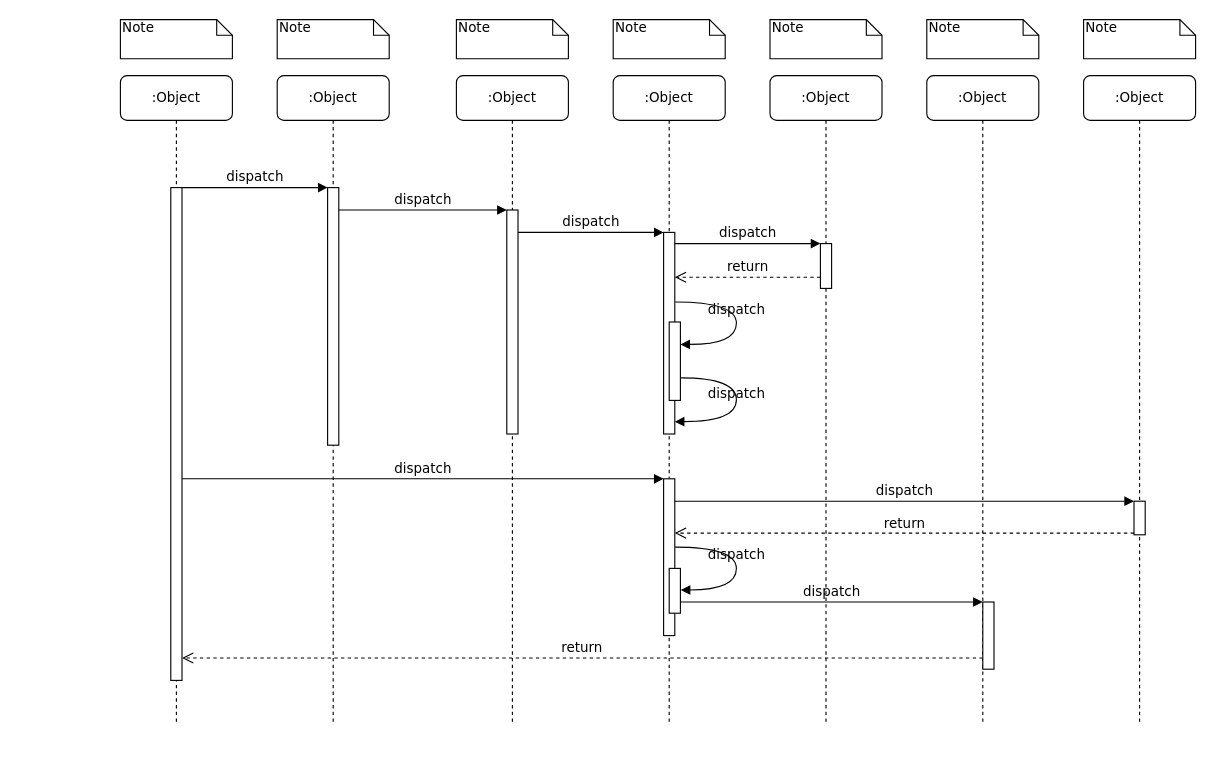
Before: public/Login.drawio in Develing1991/vuetiful-layout2, a draw.io diagram. Source tidied: cells renumbered, new cells numbered last; positions are measured from the earlier drawing's top-left corner, leaving out a move shared by most shapes. Both pictures are drawn from the tidied source at 112%, with x=0, y=0 at pixel (120, 19).
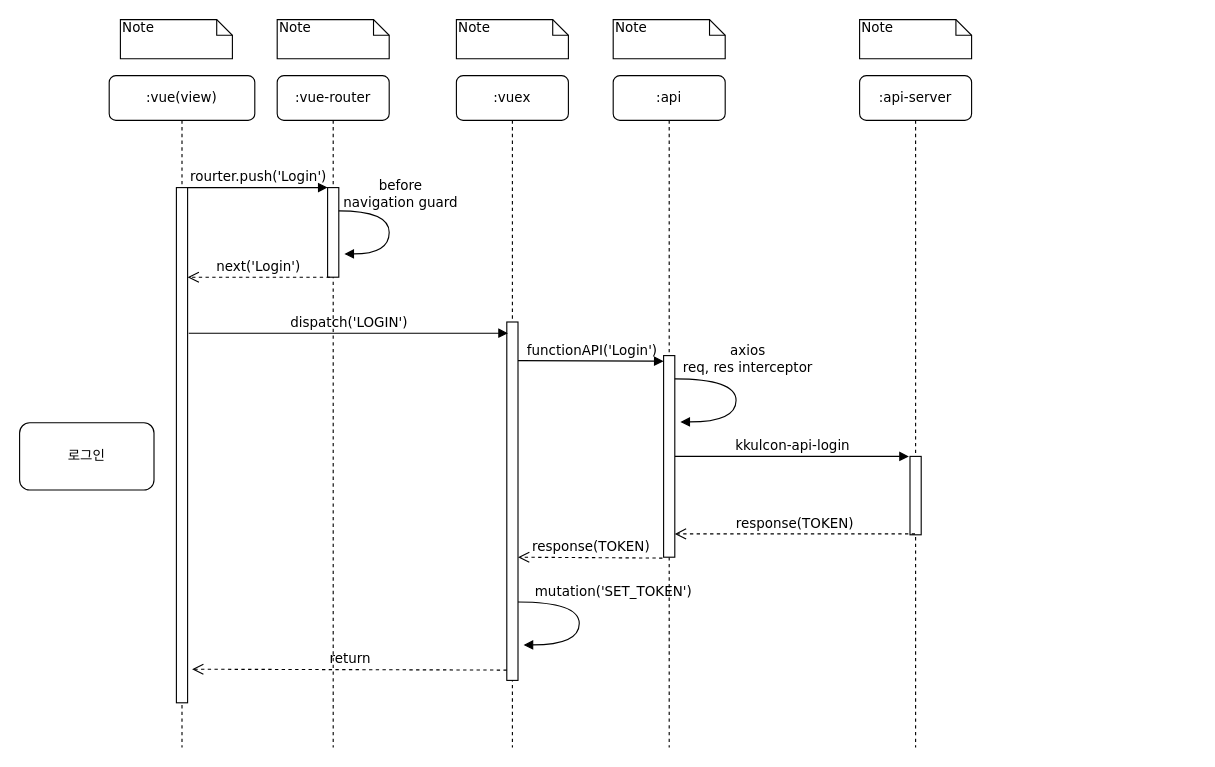
Above is the later version.

What changed in the source:
```diff
@@
-    <mxCell id="2" value=":Object" style="shape=umlLifeline;perimeter=lifelinePerimeter;whiteSpace=wrap;html=1;rounded=1;shadow=0;comic=0;labelBackgroundColor=none;strokeWidth=1;fontFamily=Verdana;fontSize=12;align=center;" parent="1" vertex="1">
-      <mxGeometry x="140" y="50" width="100" height="580" as="geometry" />
+    <mxCell id="2" value=":vue-router" style="shape=umlLifeline;perimeter=lifelinePerimeter;whiteSpace=wrap;html=1;rounded=1;shadow=0;comic=0;labelBackgroundColor=none;strokeWidth=1;fontFamily=Verdana;fontSize=12;align=center;" parent="1" vertex="1">
+      <mxGeometry x="140" y="50" width="100" height="600" as="geometry" />
     </mxCell>
     <mxCell id="3" style="html=1;points=[];perimeter=orthogonalPerimeter;rounded=0;shadow=0;comic=0;labelBackgroundColor=none;strokeWidth=1;fontFamily=Verdana;fontSize=12;align=center;" parent="2" vertex="1">
-      <mxGeometry x="45" y="100" width="10" height="230" as="geometry" />
+      <mxGeometry x="45" y="100" width="10" height="80" as="geometry" />
     </mxCell>
+    <mxCell id="39" value="before&lt;br&gt;navigation guard" style="html=1;verticalAlign=bottom;endArrow=block;labelBackgroundColor=none;fontFamily=Verdana;fontSize=12;elbow=vertical;edgeStyle=orthogonalEdgeStyle;curved=1;entryX=1;entryY=0.286;entryPerimeter=0;exitX=1.038;exitY=0.345;exitPerimeter=0;" parent="2" edge="1">
+      <mxGeometry x="-0.23" y="10" relative="1" as="geometry">
+        <mxPoint x="55" y="120.8" as="sourcePoint" />
+        <mxPoint x="60" y="159.2" as="targetPoint" />
+        <Array as="points">
+          <mxPoint x="100" y="120.8" />
+          <mxPoint x="100" y="158.8" />
+        </Array>
+        <mxPoint y="-1" as="offset" />
+      </mxGeometry>
+    </mxCell>
-    <mxCell id="4" value=":Object" style="shape=umlLifeline;perimeter=lifelinePerimeter;whiteSpace=wrap;html=1;rounded=1;shadow=0;comic=0;labelBackgroundColor=none;strokeWidth=1;fontFamily=Verdana;fontSize=12;align=center;" parent="1" vertex="1">
-      <mxGeometry x="300" y="50" width="100" height="580" as="geometry" />
+    <mxCell id="4" value=":vuex" style="shape=umlLifeline;perimeter=lifelinePerimeter;whiteSpace=wrap;html=1;rounded=1;shadow=0;comic=0;labelBackgroundColor=none;strokeWidth=1;fontFamily=Verdana;fontSize=12;align=center;" parent="1" vertex="1">
+      <mxGeometry x="300" y="50" width="100" height="600" as="geometry" />
     </mxCell>
     <mxCell id="5" style="html=1;points=[];perimeter=orthogonalPerimeter;rounded=0;shadow=0;comic=0;labelBackgroundColor=none;strokeWidth=1;fontFamily=Verdana;fontSize=12;align=center;" parent="4" vertex="1">
-      <mxGeometry x="45" y="120" width="10" height="200" as="geometry" />
+      <mxGeometry x="45" y="220" width="10" height="320" as="geometry" />
     </mxCell>
+    <mxCell id="40" value="response(TOKEN)" style="html=1;verticalAlign=bottom;endArrow=open;dashed=1;endSize=8;labelBackgroundColor=none;fontFamily=Verdana;fontSize=12;edgeStyle=elbowEdgeStyle;elbow=vertical;" parent="4" edge="1">
+      <mxGeometry relative="1" as="geometry">
+        <mxPoint x="184" y="430.8" as="sourcePoint" />
+        <mxPoint x="55" y="430.8" as="targetPoint" />
+        <Array as="points">
+          <mxPoint x="5" y="430" />
+        </Array>
+      </mxGeometry>
+    </mxCell>
+    <mxCell id="41" value="mutation('SET_TOKEN')" style="html=1;verticalAlign=bottom;endArrow=block;labelBackgroundColor=none;fontFamily=Verdana;fontSize=12;elbow=vertical;edgeStyle=orthogonalEdgeStyle;curved=1;entryX=1;entryY=0.286;entryPerimeter=0;exitX=1.038;exitY=0.345;exitPerimeter=0;" parent="4" edge="1">
+      <mxGeometry x="-0.23" y="30" relative="1" as="geometry">
+        <mxPoint x="55" y="470" as="sourcePoint" />
+        <mxPoint x="60" y="508.3" as="targetPoint" />
+        <Array as="points">
+          <mxPoint x="109.7" y="470" />
+          <mxPoint x="109.7" y="508" />
+        </Array>
+      </mxGeometry>
+    </mxCell>
+    <mxCell id="42" value="return" style="html=1;verticalAlign=bottom;endArrow=open;dashed=1;endSize=8;labelBackgroundColor=none;fontFamily=Verdana;fontSize=12;edgeStyle=elbowEdgeStyle;elbow=vertical;entryX=1.4;entryY=0.935;entryDx=0;entryDy=0;entryPerimeter=0;" parent="4" edge="1" target="11">
+      <mxGeometry relative="1" as="geometry">
+        <mxPoint x="45" y="530.8" as="sourcePoint" />
+        <Array as="points">
+          <mxPoint x="-134" y="530" />
+        </Array>
+      </mxGeometry>
+    </mxCell>
-    <mxCell id="6" value=":Object" style="shape=umlLifeline;perimeter=lifelinePerimeter;whiteSpace=wrap;html=1;rounded=1;shadow=0;comic=0;labelBackgroundColor=none;strokeWidth=1;fontFamily=Verdana;fontSize=12;align=center;" parent="1" vertex="1">
-      <mxGeometry x="440" y="50" width="100" height="580" as="geometry" />
+    <mxCell id="6" value=":api" style="shape=umlLifeline;perimeter=lifelinePerimeter;whiteSpace=wrap;html=1;rounded=1;shadow=0;comic=0;labelBackgroundColor=none;strokeWidth=1;fontFamily=Verdana;fontSize=12;align=center;" parent="1" vertex="1">
+      <mxGeometry x="440" y="50" width="100" height="600" as="geometry" />
     </mxCell>
+    <mxCell id="43" value="kkulcon-api-login" style="html=1;verticalAlign=bottom;endArrow=block;labelBackgroundColor=none;fontFamily=Verdana;fontSize=12;edgeStyle=elbowEdgeStyle;elbow=vertical;entryX=-0.1;entryY=-0.013;entryDx=0;entryDy=0;entryPerimeter=0;" parent="6" edge="1" target="14">
+      <mxGeometry relative="1" as="geometry">
+        <mxPoint x="55" y="340" as="sourcePoint" />
+      </mxGeometry>
+    </mxCell>
-    <mxCell id="7" value=":Object" style="shape=umlLifeline;perimeter=lifelinePerimeter;whiteSpace=wrap;html=1;outlineConnect=0;rounded=1;shadow=0;comic=0;labelBackgroundColor=none;strokeWidth=1;fontFamily=Verdana;fontSize=12;align=center;" parent="1" vertex="1">
-      <mxGeometry x="580" y="50" width="100" height="580" as="geometry" />
+    <mxCell id="7" value=":api-server" style="shape=umlLifeline;perimeter=lifelinePerimeter;whiteSpace=wrap;html=1;outlineConnect=0;rounded=1;shadow=0;comic=0;labelBackgroundColor=none;strokeWidth=1;fontFamily=Verdana;fontSize=12;align=center;" parent="1" vertex="1">
+      <mxGeometry x="660" y="50" width="100" height="600" as="geometry" />
     </mxCell>
-    <mxCell id="8" value=":Object" style="shape=umlLifeline;perimeter=lifelinePerimeter;whiteSpace=wrap;html=1;rounded=1;shadow=0;comic=0;labelBackgroundColor=none;strokeWidth=1;fontFamily=Verdana;fontSize=12;align=center;" parent="1" vertex="1">
-      <mxGeometry x="720" y="50" width="100" height="580" as="geometry" />
-    </mxCell>
-    <mxCell id="9" value=":Object" style="shape=umlLifeline;perimeter=lifelinePerimeter;whiteSpace=wrap;html=1;rounded=1;shadow=0;comic=0;labelBackgroundColor=none;strokeWidth=1;fontFamily=Verdana;fontSize=12;align=center;" parent="1" vertex="1">
-      <mxGeometry x="860" y="50" width="100" height="580" as="geometry" />
-    </mxCell>
+    <mxCell id="14" style="html=1;points=[];perimeter=orthogonalPerimeter;rounded=0;shadow=0;comic=0;labelBackgroundColor=none;strokeWidth=1;fontFamily=Verdana;fontSize=12;align=center;" parent="7" vertex="1">
+      <mxGeometry x="45" y="340" width="10" height="70" as="geometry" />
+    </mxCell>
-    <mxCell id="10" value=":Object" style="shape=umlLifeline;perimeter=lifelinePerimeter;whiteSpace=wrap;html=1;rounded=1;shadow=0;comic=0;labelBackgroundColor=none;strokeWidth=1;fontFamily=Verdana;fontSize=12;align=center;" parent="1" vertex="1">
-      <mxGeometry y="50" width="100" height="580" as="geometry" />
+    <mxCell id="10" value=":vue(view)" style="shape=umlLifeline;perimeter=lifelinePerimeter;whiteSpace=wrap;html=1;rounded=1;shadow=0;comic=0;labelBackgroundColor=none;strokeWidth=1;fontFamily=Verdana;fontSize=12;align=center;" parent="1" vertex="1">
+      <mxGeometry x="-10" y="50" width="130" height="600" as="geometry" />
     </mxCell>
     <mxCell id="11" style="html=1;points=[];perimeter=orthogonalPerimeter;rounded=0;shadow=0;comic=0;labelBackgroundColor=none;strokeWidth=1;fontFamily=Verdana;fontSize=12;align=center;" parent="10" vertex="1">
-      <mxGeometry x="45" y="100" width="10" height="440" as="geometry" />
+      <mxGeometry x="60" y="100" width="10" height="460" as="geometry" />
     </mxCell>
+    <mxCell id="44" value="next('Login')" style="html=1;verticalAlign=bottom;endArrow=open;dashed=1;endSize=8;labelBackgroundColor=none;fontFamily=Verdana;fontSize=12;edgeStyle=elbowEdgeStyle;elbow=vertical;" parent="10" edge="1">
+      <mxGeometry relative="1" as="geometry">
+        <mxPoint x="197" y="180" as="sourcePoint" />
+        <mxPoint x="70" y="180" as="targetPoint" />
+        <Array as="points">
+          <mxPoint x="130" y="180" />
+        </Array>
+      </mxGeometry>
+    </mxCell>
+    <mxCell id="45" value="로그인" style="rounded=1;whiteSpace=wrap;html=1;" parent="10" vertex="1">
+      <mxGeometry x="-80" y="310" width="120" height="60" as="geometry" />
+    </mxCell>
     <mxCell id="12" style="html=1;points=[];perimeter=orthogonalPerimeter;rounded=0;shadow=0;comic=0;labelBackgroundColor=none;strokeWidth=1;fontFamily=Verdana;fontSize=12;align=center;" parent="1" vertex="1">
-      <mxGeometry x="485" y="190" width="10" height="180" as="geometry" />
+      <mxGeometry x="485" y="300" width="10" height="180" as="geometry" />
     </mxCell>
-    <mxCell id="13" value="dispatch" style="html=1;verticalAlign=bottom;endArrow=block;labelBackgroundColor=none;fontFamily=Verdana;fontSize=12;edgeStyle=elbowEdgeStyle;elbow=vertical;" parent="1" edge="1" source="5" target="12">
-      <mxGeometry relative="1" as="geometry">
-        <Array as="points">
-          <mxPoint x="360" y="190" />
-        </Array>
-      </mxGeometry>
-    </mxCell>
-    <mxCell id="14" style="html=1;points=[];perimeter=orthogonalPerimeter;rounded=0;shadow=0;comic=0;labelBackgroundColor=none;strokeWidth=1;fontFamily=Verdana;fontSize=12;align=center;" parent="1" vertex="1">
-      <mxGeometry x="625" y="200" width="10" height="40" as="geometry" />
-    </mxCell>
-    <mxCell id="15" value="dispatch" style="html=1;verticalAlign=bottom;endArrow=block;entryX=0;entryY=0;labelBackgroundColor=none;fontFamily=Verdana;fontSize=12;edgeStyle=elbowEdgeStyle;elbow=vertical;" parent="1" edge="1" source="12" target="14">
-      <mxGeometry relative="1" as="geometry" />
-    </mxCell>
-    <mxCell id="16" value="return" style="html=1;verticalAlign=bottom;endArrow=open;dashed=1;endSize=8;labelBackgroundColor=none;fontFamily=Verdana;fontSize=12;edgeStyle=elbowEdgeStyle;elbow=vertical;" parent="1" edge="1" source="14" target="12">
-      <mxGeometry relative="1" as="geometry">
-        <Array as="points">
-          <mxPoint x="570" y="230" />
-          <mxPoint x="600" y="230" />
-        </Array>
-      </mxGeometry>
-    </mxCell>
-    <mxCell id="17" style="html=1;points=[];perimeter=orthogonalPerimeter;rounded=0;shadow=0;comic=0;labelBackgroundColor=none;strokeWidth=1;fontFamily=Verdana;fontSize=12;align=center;" parent="1" vertex="1">
-      <mxGeometry x="485" y="410" width="10" height="140" as="geometry" />
-    </mxCell>
-    <mxCell id="18" value="dispatch" style="html=1;verticalAlign=bottom;endArrow=block;entryX=0;entryY=0;labelBackgroundColor=none;fontFamily=Verdana;fontSize=12;" parent="1" edge="1" source="11" target="17">
-      <mxGeometry relative="1" as="geometry" />
-    </mxCell>
-    <mxCell id="19" style="html=1;points=[];perimeter=orthogonalPerimeter;rounded=0;shadow=0;comic=0;labelBackgroundColor=none;strokeColor=#000000;strokeWidth=1;fillColor=#FFFFFF;fontFamily=Verdana;fontSize=12;fontColor=#000000;align=center;" parent="1" vertex="1">
-      <mxGeometry x="905" y="430" width="10" height="30" as="geometry" />
-    </mxCell>
-    <mxCell id="20" value="dispatch" style="html=1;verticalAlign=bottom;endArrow=block;entryX=0;entryY=0;labelBackgroundColor=none;fontFamily=Verdana;fontSize=12;" parent="1" edge="1" source="17" target="19">
-      <mxGeometry relative="1" as="geometry" />
-    </mxCell>
-    <mxCell id="21" value="return" style="html=1;verticalAlign=bottom;endArrow=open;dashed=1;endSize=8;exitX=0;exitY=0.95;labelBackgroundColor=none;fontFamily=Verdana;fontSize=12;" parent="1" edge="1" source="19" target="17">
-      <mxGeometry relative="1" as="geometry" />
-    </mxCell>
-    <mxCell id="22" style="html=1;points=[];perimeter=orthogonalPerimeter;rounded=0;shadow=0;comic=0;labelBackgroundColor=none;strokeWidth=1;fontFamily=Verdana;fontSize=12;align=center;" parent="1" vertex="1">
-      <mxGeometry x="770" y="520" width="10" height="60" as="geometry" />
-    </mxCell>
-    <mxCell id="23" value="dispatch" style="html=1;verticalAlign=bottom;endArrow=block;entryX=0;entryY=0;labelBackgroundColor=none;fontFamily=Verdana;fontSize=12;edgeStyle=elbowEdgeStyle;elbow=vertical;" parent="1" edge="1" source="30" target="22">
-      <mxGeometry relative="1" as="geometry" />
-    </mxCell>
-    <mxCell id="24" value="return" style="html=1;verticalAlign=bottom;endArrow=open;dashed=1;endSize=8;labelBackgroundColor=none;fontFamily=Verdana;fontSize=12;edgeStyle=elbowEdgeStyle;elbow=vertical;" parent="1" edge="1" source="22" target="11">
-      <mxGeometry relative="1" as="geometry">
-        <Array as="points">
-          <mxPoint x="470" y="570" />
-        </Array>
-      </mxGeometry>
-    </mxCell>
-    <mxCell id="25" value="dispatch" style="html=1;verticalAlign=bottom;endArrow=block;entryX=0;entryY=0;labelBackgroundColor=none;fontFamily=Verdana;fontSize=12;edgeStyle=elbowEdgeStyle;elbow=vertical;" parent="1" edge="1" source="11" target="3">
+    <mxCell id="25" value="rourter.push('Login')" style="html=1;verticalAlign=bottom;endArrow=block;entryX=0;entryY=0;labelBackgroundColor=none;fontFamily=Verdana;fontSize=12;edgeStyle=elbowEdgeStyle;elbow=vertical;" parent="1" edge="1" source="11" target="3">
       <mxGeometry relative="1" as="geometry" />
     </mxCell>
-    <mxCell id="26" value="dispatch" style="html=1;verticalAlign=bottom;endArrow=block;entryX=0;entryY=0;labelBackgroundColor=none;fontFamily=Verdana;fontSize=12;edgeStyle=elbowEdgeStyle;elbow=vertical;" parent="1" edge="1" source="3" target="5">
-      <mxGeometry relative="1" as="geometry" />
-    </mxCell>
-    <mxCell id="27" style="html=1;points=[];perimeter=orthogonalPerimeter;rounded=0;shadow=0;comic=0;labelBackgroundColor=none;strokeWidth=1;fontFamily=Verdana;fontSize=12;align=center;" parent="1" vertex="1">
-      <mxGeometry x="490" y="270" width="10" height="70" as="geometry" />
-    </mxCell>
-    <mxCell id="28" value="dispatch" style="html=1;verticalAlign=bottom;endArrow=block;labelBackgroundColor=none;fontFamily=Verdana;fontSize=12;elbow=vertical;edgeStyle=orthogonalEdgeStyle;curved=1;entryX=1;entryY=0.286;entryPerimeter=0;exitX=1.038;exitY=0.345;exitPerimeter=0;" parent="1" edge="1" source="12" target="27">
-      <mxGeometry relative="1" as="geometry">
-        <Array as="points">
-          <mxPoint x="550" y="252" />
-          <mxPoint x="550" y="290" />
-        </Array>
-      </mxGeometry>
-    </mxCell>
-    <mxCell id="29" value="dispatch" style="html=1;verticalAlign=bottom;endArrow=block;labelBackgroundColor=none;fontFamily=Verdana;fontSize=12;elbow=vertical;edgeStyle=orthogonalEdgeStyle;curved=1;exitX=1.066;exitY=0.713;exitPerimeter=0;" parent="1" edge="1" source="27">
-      <mxGeometry relative="1" as="geometry">
-        <mxPoint x="495" y="359" as="targetPoint" />
-        <Array as="points">
-          <mxPoint x="550" y="320" />
-          <mxPoint x="550" y="359" />
-        </Array>
-      </mxGeometry>
-    </mxCell>
-    <mxCell id="30" style="html=1;points=[];perimeter=orthogonalPerimeter;rounded=0;shadow=0;comic=0;labelBackgroundColor=none;strokeWidth=1;fontFamily=Verdana;fontSize=12;align=center;" parent="1" vertex="1">
-      <mxGeometry x="490" y="490" width="10" height="40" as="geometry" />
-    </mxCell>
-    <mxCell id="31" value="dispatch" style="html=1;verticalAlign=bottom;endArrow=block;labelBackgroundColor=none;fontFamily=Verdana;fontSize=12;elbow=vertical;edgeStyle=orthogonalEdgeStyle;curved=1;entryX=1;entryY=0.286;entryPerimeter=0;exitX=1.038;exitY=0.345;exitPerimeter=0;" parent="1" edge="1">
-      <mxGeometry relative="1" as="geometry">
-        <mxPoint x="495.3" y="471" as="sourcePoint" />
-        <mxPoint x="500.3" y="509.3" as="targetPoint" />
-        <Array as="points">
-          <mxPoint x="550" y="471" />
-          <mxPoint x="550" y="509" />
-        </Array>
-      </mxGeometry>
-    </mxCell>
@@
     <mxCell id="36" value="Note" style="shape=note;whiteSpace=wrap;html=1;size=14;verticalAlign=top;align=left;spacingTop=-6;rounded=0;shadow=0;comic=0;labelBackgroundColor=none;strokeWidth=1;fontFamily=Verdana;fontSize=12;" parent="1" vertex="1">
-      <mxGeometry x="580" width="100" height="35" as="geometry" />
+      <mxGeometry x="660" width="100" height="35" as="geometry" />
     </mxCell>
-    <mxCell id="37" value="Note" style="shape=note;whiteSpace=wrap;html=1;size=14;verticalAlign=top;align=left;spacingTop=-6;rounded=0;shadow=0;comic=0;labelBackgroundColor=none;strokeWidth=1;fontFamily=Verdana;fontSize=12;" parent="1" vertex="1">
-      <mxGeometry x="720" width="100" height="35" as="geometry" />
-    </mxCell>
-    <mxCell id="38" value="Note" style="shape=note;whiteSpace=wrap;html=1;size=14;verticalAlign=top;align=left;spacingTop=-6;rounded=0;shadow=0;comic=0;labelBackgroundColor=none;strokeWidth=1;fontFamily=Verdana;fontSize=12;" parent="1" vertex="1">
-      <mxGeometry x="860" width="100" height="35" as="geometry" />
-    </mxCell>
+    <mxCell id="46" value="dispatch('LOGIN')" style="html=1;verticalAlign=bottom;endArrow=block;labelBackgroundColor=none;fontFamily=Verdana;fontSize=12;edgeStyle=elbowEdgeStyle;elbow=vertical;" parent="1" edge="1">
+      <mxGeometry relative="1" as="geometry">
+        <mxPoint x="61" y="280" as="sourcePoint" />
+        <mxPoint x="346" y="280" as="targetPoint" />
+        <Array as="points">
+          <mxPoint x="290" y="280" />
+        </Array>
+      </mxGeometry>
+    </mxCell>
+    <mxCell id="47" value="functionAPI('Login')" style="html=1;verticalAlign=bottom;endArrow=block;entryX=0;entryY=0;labelBackgroundColor=none;fontFamily=Verdana;fontSize=12;edgeStyle=elbowEdgeStyle;elbow=vertical;" parent="1" edge="1">
+      <mxGeometry relative="1" as="geometry">
+        <mxPoint x="355" y="304.5" as="sourcePoint" />
+        <mxPoint x="485" y="304.5" as="targetPoint" />
+      </mxGeometry>
+    </mxCell>
+    <mxCell id="48" value="axios &lt;br&gt;req, res interceptor" style="html=1;verticalAlign=bottom;endArrow=block;labelBackgroundColor=none;fontFamily=Verdana;fontSize=12;elbow=vertical;edgeStyle=orthogonalEdgeStyle;curved=1;entryX=1;entryY=0.286;entryPerimeter=0;exitX=1.038;exitY=0.345;exitPerimeter=0;" parent="1" edge="1">
+      <mxGeometry x="-0.23" y="10" relative="1" as="geometry">
+        <mxPoint x="495" y="320.8" as="sourcePoint" />
+        <mxPoint x="500" y="359.2" as="targetPoint" />
+        <Array as="points">
+          <mxPoint x="549.7" y="320.8" />
+          <mxPoint x="549.7" y="358.8" />
+        </Array>
+        <mxPoint y="-1" as="offset" />
+      </mxGeometry>
+    </mxCell>
+    <mxCell id="49" value="response(TOKEN)" style="html=1;verticalAlign=bottom;endArrow=open;dashed=1;endSize=8;labelBackgroundColor=none;fontFamily=Verdana;fontSize=12;edgeStyle=elbowEdgeStyle;elbow=vertical;" parent="1" edge="1" source="7">
+      <mxGeometry relative="1" as="geometry">
+        <mxPoint x="495" y="460" as="targetPoint" />
+        <Array as="points">
+          <mxPoint x="445" y="459.2" />
+        </Array>
+      </mxGeometry>
+    </mxCell>
```
